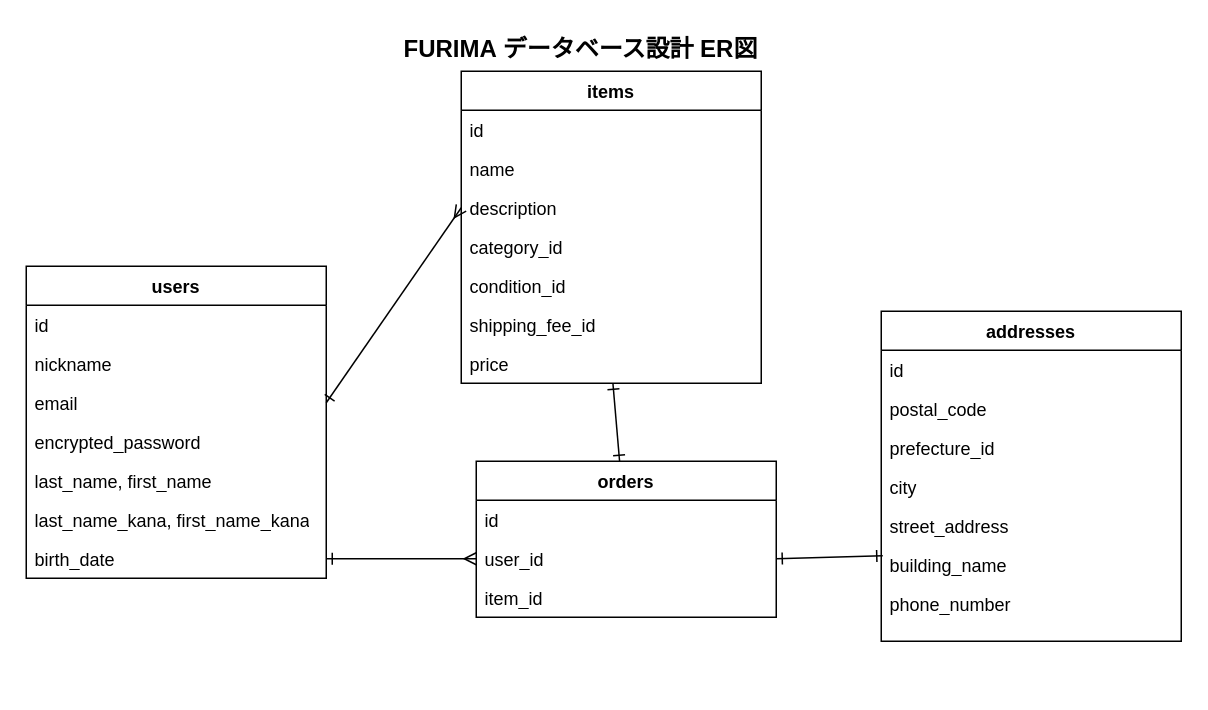
taiyifuyuan2/furima-46285 keeps this draw.io diagram as page "FURIMA Database Design" (2 of 2) of test.dio. Above is the earlier version. Source tidied: cells renumbered, new cells numbered last; positions are measured from the earlier drawing's top-left corner, leaving out a move shared by most shapes. Both pictures are drawn from the tidied source at 150%, with x=0, y=0 at pixel (26, 26).
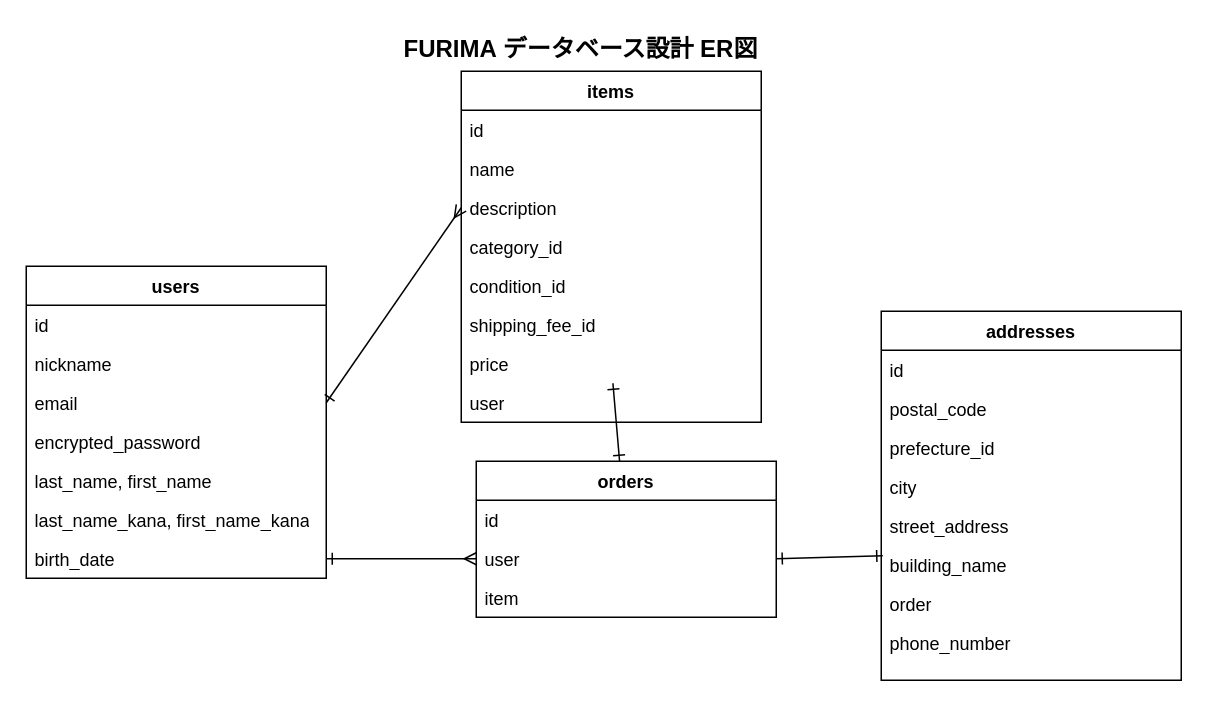
The same diagram, later.

Commit message (it also covers changes not shown here):
レビュー指摘の修正: references型のカラム名から_idを削除、ER図も対応して更新

The change refers to these unchanged cells:
```xml
<mxCell id="19" value="orders" style="swimlane;fontStyle=1;align=center;verticalAlign=top;horizontal=1;startSize=26;whiteSpace=wrap;html=1;" parent="1" vertex="1">
  <mxGeometry x="300" y="290" width="200" height="104" as="geometry" />
</mxCell>
```

Diff of the diagram source:
```diff
@@
     <mxCell id="10" value="items" style="swimlane;fontStyle=1;align=center;verticalAlign=top;horizontal=1;startSize=26;whiteSpace=wrap;html=1;" parent="1" vertex="1">
-      <mxGeometry x="290" y="30" width="200" height="208" as="geometry" />
+      <mxGeometry x="290" y="30" width="200" height="234" as="geometry" />
     </mxCell>
@@
+    <mxCell id="35" value="user" style="text;strokeColor=none;fillColor=none;align=left;verticalAlign=top;spacingLeft=4;spacingRight=4;overflow=hidden;whiteSpace=wrap;html=1;" parent="10" vertex="1">
+      <mxGeometry y="208" width="200" height="26" as="geometry" />
+    </mxCell>
@@
-    <mxCell id="21" value="user_id&amp;nbsp;" style="text;strokeColor=none;fillColor=none;align=left;verticalAlign=top;spacingLeft=4;spacingRight=4;overflow=hidden;points=[[0,0.5],[1,0.5]];portConstraint=eastwest;whiteSpace=wrap;html=1;" parent="19" vertex="1">
+    <mxCell id="21" value="user&amp;nbsp;" style="text;strokeColor=none;fillColor=none;align=left;verticalAlign=top;spacingLeft=4;spacingRight=4;overflow=hidden;points=[[0,0.5],[1,0.5]];portConstraint=eastwest;whiteSpace=wrap;html=1;" parent="19" vertex="1">
       <mxGeometry y="52" width="200" height="26" as="geometry" />
     </mxCell>
-    <mxCell id="22" value="item_id&amp;nbsp;" style="text;strokeColor=none;fillColor=none;align=left;verticalAlign=top;spacingLeft=4;spacingRight=4;overflow=hidden;whiteSpace=wrap;html=1;" parent="19" vertex="1">
+    <mxCell id="22" value="item&amp;nbsp;" style="text;strokeColor=none;fillColor=none;align=left;verticalAlign=top;spacingLeft=4;spacingRight=4;overflow=hidden;whiteSpace=wrap;html=1;" parent="19" vertex="1">
       <mxGeometry y="78" width="200" height="26" as="geometry" />
     </mxCell>
     <mxCell id="23" value="addresses" style="swimlane;fontStyle=1;align=center;verticalAlign=top;horizontal=1;startSize=26;whiteSpace=wrap;html=1;" parent="1" vertex="1">
-      <mxGeometry x="570" y="190" width="200" height="220" as="geometry" />
+      <mxGeometry x="570" y="190" width="200" height="246" as="geometry" />
     </mxCell>
@@
+    <mxCell id="36" value="order" style="text;strokeColor=none;fillColor=none;align=left;verticalAlign=top;spacingLeft=4;spacingRight=4;overflow=hidden;whiteSpace=wrap;html=1;" parent="23" vertex="1">
+      <mxGeometry y="182" width="200" height="26" as="geometry" />
+    </mxCell>
     <mxCell id="30" value="phone_number" style="text;strokeColor=none;fillColor=none;align=left;verticalAlign=top;spacingLeft=4;spacingRight=4;overflow=hidden;whiteSpace=wrap;html=1;" parent="23" vertex="1">
-      <mxGeometry y="182" width="200" height="38" as="geometry" />
+      <mxGeometry y="208" width="200" height="38" as="geometry" />
     </mxCell>
```
